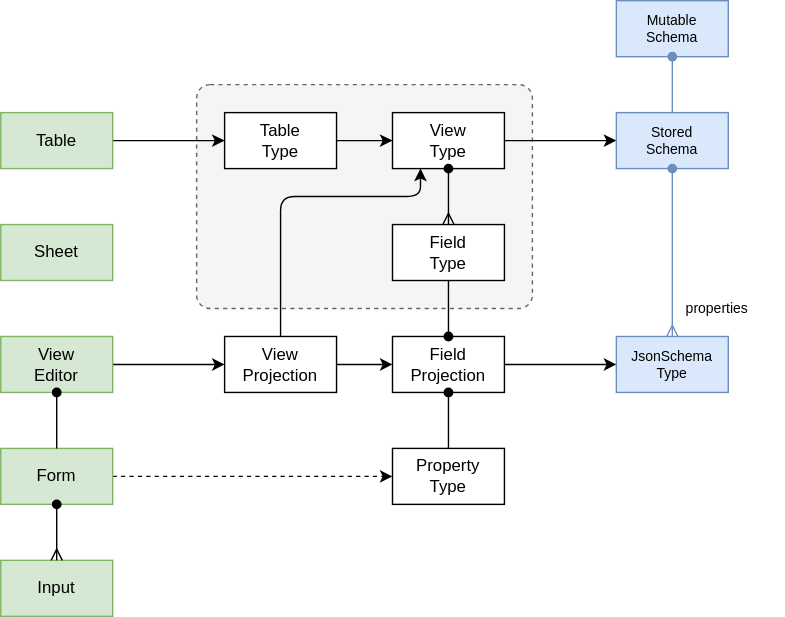
Before: packages/sdk/schema/docs/schema.drawio.svg, a diagram exported from draw.io (dxos/dxos). Source tidied: cells renumbered, new cells last; positions are measured from the earlier drawing's top-left corner, leaving out a move shared by most shapes. The source it was exported from:
```xml
<mxGraphModel>
  <root>
    <mxCell id="0" />
    <mxCell id="1" parent="0" />
    <mxCell id="2" style="rounded=1;whiteSpace=wrap;html=1;dashed=1;glass=0;perimeterSpacing=0;strokeColor=#666666;shadow=0;fillColor=#f5f5f5;fontColor=#333333;arcSize=6;" parent="1" vertex="1">
      <mxGeometry x="140" y="60" width="240" height="160" as="geometry" />
    </mxCell>
    <mxCell id="3" value="JsonSchema&lt;br style=&quot;font-size: 10px;&quot;&gt;Type" style="rounded=0;whiteSpace=wrap;html=1;fontSize=10;fillColor=#dae8fc;strokeColor=#6c8ebf;" parent="1" vertex="1">
      <mxGeometry x="440" y="240" width="80" height="40" as="geometry" />
    </mxCell>
    <mxCell id="4" style="edgeStyle=none;html=1;exitX=1;exitY=0.5;exitDx=0;exitDy=0;" parent="1" edge="1" source="5" target="8">
      <mxGeometry relative="1" as="geometry" />
    </mxCell>
    <mxCell id="5" value="View&lt;br&gt;Type" style="rounded=0;whiteSpace=wrap;html=1;" parent="1" vertex="1">
      <mxGeometry x="280" y="80" width="80" height="40" as="geometry" />
    </mxCell>
    <mxCell id="6" style="edgeStyle=none;html=1;exitX=1;exitY=0.5;exitDx=0;exitDy=0;" parent="1" edge="1" source="7" target="5">
      <mxGeometry relative="1" as="geometry" />
    </mxCell>
    <mxCell id="7" value="Table&lt;br&gt;Type" style="rounded=0;whiteSpace=wrap;html=1;" parent="1" vertex="1">
      <mxGeometry x="160" y="80" width="80" height="40" as="geometry" />
    </mxCell>
    <mxCell id="8" value="Stored&lt;br style=&quot;font-size: 10px;&quot;&gt;Schema" style="rounded=0;whiteSpace=wrap;html=1;fontSize=10;fillColor=#dae8fc;strokeColor=#6c8ebf;" parent="1" vertex="1">
      <mxGeometry x="440" y="80" width="80" height="40" as="geometry" />
    </mxCell>
    <mxCell id="9" style="edgeStyle=none;html=1;exitX=1;exitY=0.5;exitDx=0;exitDy=0;strokeColor=#000000;fontSize=10;startArrow=none;startFill=0;endArrow=classic;endFill=1;dashed=1;" parent="1" edge="1" source="10" target="13">
      <mxGeometry relative="1" as="geometry" />
    </mxCell>
    <mxCell id="10" value="Form" style="rounded=0;whiteSpace=wrap;html=1;fillColor=#d5e8d4;strokeColor=#82b366;" parent="1" vertex="1">
      <mxGeometry y="320" width="80" height="40" as="geometry" />
    </mxCell>
    <mxCell id="11" style="edgeStyle=none;html=1;fontSize=10;startArrow=none;startFill=0;endArrow=classic;endFill=1;" parent="1" edge="1" source="12" target="16">
      <mxGeometry relative="1" as="geometry" />
    </mxCell>
    <mxCell id="12" value="View&lt;br&gt;Editor" style="rounded=0;whiteSpace=wrap;html=1;fillColor=#d5e8d4;strokeColor=#82b366;" parent="1" vertex="1">
      <mxGeometry y="240" width="80" height="40" as="geometry" />
    </mxCell>
    <mxCell id="13" value="Property&lt;br style=&quot;font-size: 12px;&quot;&gt;Type" style="rounded=0;whiteSpace=wrap;html=1;fontSize=12;" parent="1" vertex="1">
      <mxGeometry x="280" y="320" width="80" height="40" as="geometry" />
    </mxCell>
    <mxCell id="14" style="edgeStyle=none;html=1;exitX=1;exitY=0.5;exitDx=0;exitDy=0;fontSize=10;startArrow=none;startFill=0;endArrow=classic;endFill=1;" parent="1" edge="1" source="16" target="19">
      <mxGeometry relative="1" as="geometry" />
    </mxCell>
    <mxCell id="15" style="edgeStyle=none;html=1;exitX=0.5;exitY=0;exitDx=0;exitDy=0;entryX=0.25;entryY=1;entryDx=0;entryDy=0;strokeColor=#000000;fontSize=10;startArrow=none;startFill=0;endArrow=classic;endFill=1;rounded=1;jumpSize=0;" parent="1" edge="1" source="16" target="5">
      <mxGeometry relative="1" as="geometry">
        <Array as="points">
          <mxPoint x="200" y="140" />
          <mxPoint x="300" y="140" />
        </Array>
      </mxGeometry>
    </mxCell>
    <mxCell id="16" value="View&lt;br&gt;Projection" style="rounded=0;whiteSpace=wrap;html=1;" parent="1" vertex="1">
      <mxGeometry x="160" y="240" width="80" height="40" as="geometry" />
    </mxCell>
    <mxCell id="17" value="Field&lt;br&gt;Type" style="rounded=0;whiteSpace=wrap;html=1;" parent="1" vertex="1">
      <mxGeometry x="280" y="160" width="80" height="40" as="geometry" />
    </mxCell>
    <mxCell id="18" style="edgeStyle=none;html=1;exitX=1;exitY=0.5;exitDx=0;exitDy=0;fontSize=12;startArrow=none;startFill=0;endArrow=classic;endFill=1;" parent="1" edge="1" source="19" target="3">
      <mxGeometry relative="1" as="geometry" />
    </mxCell>
    <mxCell id="19" value="Field&lt;br&gt;Projection" style="rounded=0;whiteSpace=wrap;html=1;" parent="1" vertex="1">
      <mxGeometry x="280" y="240" width="80" height="40" as="geometry" />
    </mxCell>
    <mxCell id="20" style="edgeStyle=none;html=1;exitX=1;exitY=0.5;exitDx=0;exitDy=0;fontSize=10;startArrow=none;startFill=0;endArrow=classic;endFill=1;" parent="1" edge="1" source="21" target="7">
      <mxGeometry relative="1" as="geometry" />
    </mxCell>
    <mxCell id="21" value="Table" style="rounded=0;whiteSpace=wrap;html=1;fillColor=#d5e8d4;strokeColor=#82b366;" parent="1" vertex="1">
      <mxGeometry y="80" width="80" height="40" as="geometry" />
    </mxCell>
    <mxCell id="22" style="edgeStyle=none;html=1;exitX=0.5;exitY=0;exitDx=0;exitDy=0;fontSize=10;startArrow=oval;startFill=1;endArrow=none;endFill=0;" parent="1" edge="1" source="19" target="17">
      <mxGeometry relative="1" as="geometry" />
    </mxCell>
    <mxCell id="23" style="edgeStyle=none;html=1;fontSize=10;startArrow=oval;startFill=1;endArrow=none;endFill=0;" parent="1" edge="1" source="12" target="10">
      <mxGeometry relative="1" as="geometry" />
    </mxCell>
    <mxCell id="24" style="edgeStyle=none;html=1;exitX=0.5;exitY=1;exitDx=0;exitDy=0;fontSize=12;startArrow=oval;startFill=1;endArrow=none;endFill=0;" parent="1" edge="1" source="19" target="13">
      <mxGeometry relative="1" as="geometry" />
    </mxCell>
    <mxCell id="25" value="properties" style="text;html=1;strokeColor=none;fillColor=none;align=left;verticalAlign=middle;whiteSpace=wrap;rounded=0;fontSize=10;spacingLeft=8;spacingRight=8;" parent="1" vertex="1">
      <mxGeometry x="480" y="210" width="80" height="20" as="geometry" />
    </mxCell>
    <mxCell id="26" value="Mutable&lt;br style=&quot;font-size: 10px;&quot;&gt;Schema" style="rounded=0;whiteSpace=wrap;html=1;fillColor=#dae8fc;strokeColor=#6c8ebf;fontSize=10;" parent="1" vertex="1">
      <mxGeometry x="440" width="80" height="40" as="geometry" />
    </mxCell>
    <mxCell id="27" style="edgeStyle=none;html=1;exitX=0.5;exitY=1;exitDx=0;exitDy=0;fillColor=#dae8fc;strokeColor=#6c8ebf;endArrow=ERmany;endFill=0;startArrow=oval;startFill=1;" parent="1" edge="1" source="8" target="3">
      <mxGeometry relative="1" as="geometry" />
    </mxCell>
    <mxCell id="28" style="edgeStyle=none;html=1;exitX=0.5;exitY=1;exitDx=0;exitDy=0;entryX=0.5;entryY=0;entryDx=0;entryDy=0;fontSize=10;startArrow=oval;startFill=1;endArrow=none;endFill=0;strokeColor=#6c8ebf;fillColor=#dae8fc;" parent="1" edge="1" source="26" target="8">
      <mxGeometry relative="1" as="geometry" />
    </mxCell>
    <mxCell id="29" value="Input" style="rounded=0;whiteSpace=wrap;html=1;fillColor=#d5e8d4;strokeColor=#82b366;" parent="1" vertex="1">
      <mxGeometry y="400" width="80" height="40" as="geometry" />
    </mxCell>
    <mxCell id="30" style="edgeStyle=none;html=1;exitX=0.5;exitY=1;exitDx=0;exitDy=0;strokeColor=#000000;fontSize=10;startArrow=oval;startFill=1;endArrow=ERmany;endFill=0;" parent="1" edge="1" source="10" target="29">
      <mxGeometry relative="1" as="geometry" />
    </mxCell>
    <mxCell id="31" style="edgeStyle=none;html=1;exitX=0.5;exitY=1;exitDx=0;exitDy=0;entryX=0.5;entryY=0;entryDx=0;entryDy=0;fontSize=10;startArrow=oval;startFill=1;endArrow=ERmany;endFill=0;" parent="1" edge="1" source="5" target="17">
      <mxGeometry relative="1" as="geometry" />
    </mxCell>
    <mxCell id="32" value="Sheet" style="rounded=0;whiteSpace=wrap;html=1;fillColor=#d5e8d4;strokeColor=#82b366;" parent="1" vertex="1">
      <mxGeometry y="160" width="80" height="40" as="geometry" />
    </mxCell>
  </root>
</mxGraphModel>
```
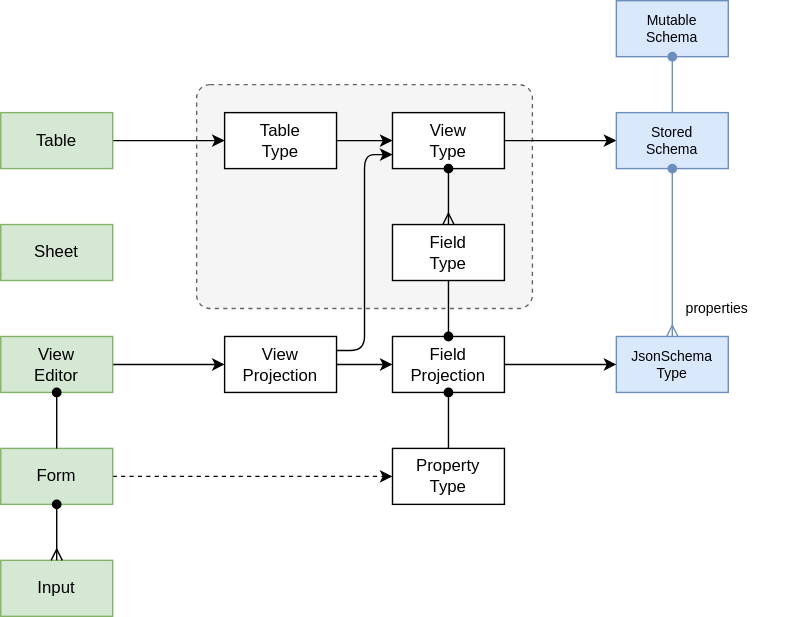
The same file after the commit.

Diff of the diagram source:
```diff
@@ -41,11 +41,11 @@
     <mxCell id="14" style="edgeStyle=none;html=1;exitX=1;exitY=0.5;exitDx=0;exitDy=0;fontSize=10;startArrow=none;startFill=0;endArrow=classic;endFill=1;" parent="1" edge="1" source="16" target="19">
       <mxGeometry relative="1" as="geometry" />
     </mxCell>
-    <mxCell id="15" style="edgeStyle=none;html=1;exitX=0.5;exitY=0;exitDx=0;exitDy=0;entryX=0.25;entryY=1;entryDx=0;entryDy=0;strokeColor=#000000;fontSize=10;startArrow=none;startFill=0;endArrow=classic;endFill=1;rounded=1;jumpSize=0;" parent="1" edge="1" source="16" target="5">
+    <mxCell id="15" style="edgeStyle=none;html=1;exitX=1;exitY=0.25;exitDx=0;exitDy=0;entryX=0;entryY=0.75;entryDx=0;entryDy=0;strokeColor=#000000;fontSize=10;startArrow=none;startFill=0;endArrow=classic;endFill=1;rounded=1;jumpSize=0;" parent="1" edge="1" source="16" target="5">
       <mxGeometry relative="1" as="geometry">
         <Array as="points">
-          <mxPoint x="200" y="140" />
-          <mxPoint x="300" y="140" />
+          <mxPoint x="260" y="250" />
+          <mxPoint x="260" y="110" />
         </Array>
       </mxGeometry>
     </mxCell>
```
